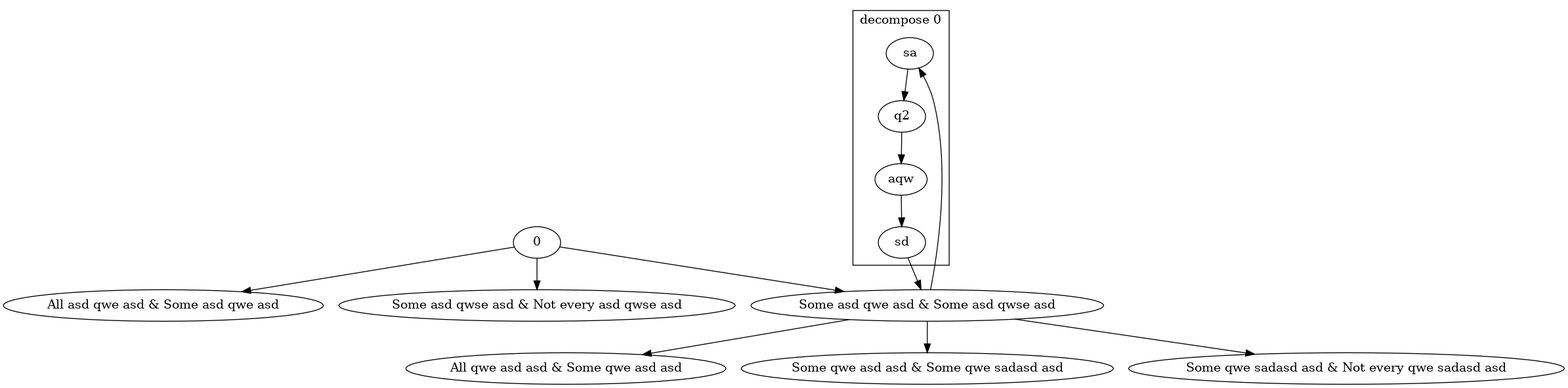
jopyslaw/SquareOfOpposition keeps this Graphviz diagram as test.gv.png. Above is the earlier version. Its source is kept beside it as test.gv.
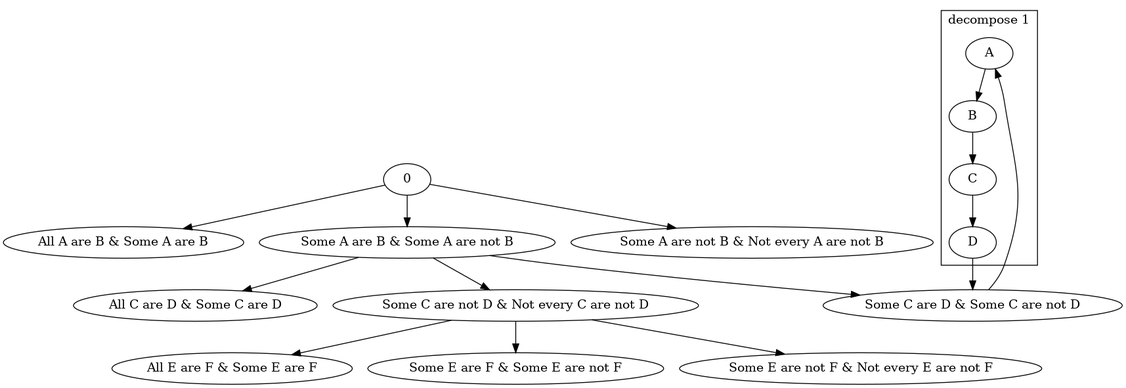
Later version of the same file.

The edit, as a diff of the source:
```diff
@@ -1,17 +1,20 @@
 digraph Spanning_tree {
-	0 -> "All asd qwe asd & Some asd qwe asd"
-	0 -> "Some asd qwe asd & Some asd qwse asd"
-	subgraph "cluster_Some asd qwe asd & Some asd qwse asd" {
-		sa -> q2
-		q2 -> aqw
-		aqw -> sd
-		label="decompose 0"
+	0 -> "All A are B & Some A are B"
+	0 -> "Some A are B & Some A are not B"
+	0 -> "Some A are not B & Not every A are not B"
+	"Some A are B & Some A are not B" -> "All C are D & Some C are D"
+	"Some A are B & Some A are not B" -> "Some C are D & Some C are not D"
+	subgraph "cluster_Some C are D & Some C are not D" {
+		A -> B
+		B -> C
+		C -> D
+		label="decompose 1"
 		color=black
 	}
-	"Some asd qwe asd & Some asd qwse asd" -> sa
-	sd -> "Some asd qwe asd & Some asd qwse asd"
-	0 -> "Some asd qwse asd & Not every asd qwse asd"
-	"Some asd qwe asd & Some asd qwse asd" -> "All qwe asd asd & Some qwe asd asd"
-	"Some asd qwe asd & Some asd qwse asd" -> "Some qwe asd asd & Some qwe sadasd asd"
-	"Some asd qwe asd & Some asd qwse asd" -> "Some qwe sadasd asd & Not every qwe sadasd asd"
+	"Some C are D & Some C are not D" -> A
+	D -> "Some C are D & Some C are not D"
+	"Some A are B & Some A are not B" -> "Some C are not D & Not every C are not D"
+	"Some C are not D & Not every C are not D" -> "All E are F & Some E are F"
+	"Some C are not D & Not every C are not D" -> "Some E are F & Some E are not F"
+	"Some C are not D & Not every C are not D" -> "Some E are not F & Not every E are not F"
 }
```
